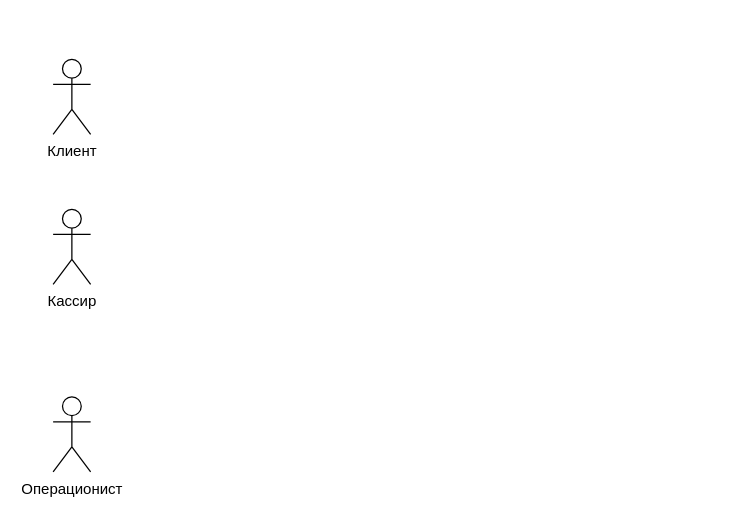
Above: AIKMS2.drawio in nn80nn/DataBases (draw.io), before the change. Source tidied: cells renumbered, new cells numbered last; positions are measured from the earlier drawing's top-left corner, leaving out a move shared by most shapes. Both pictures are drawn from the tidied source at 125%, with x=0, y=0 at pixel (52, 59).
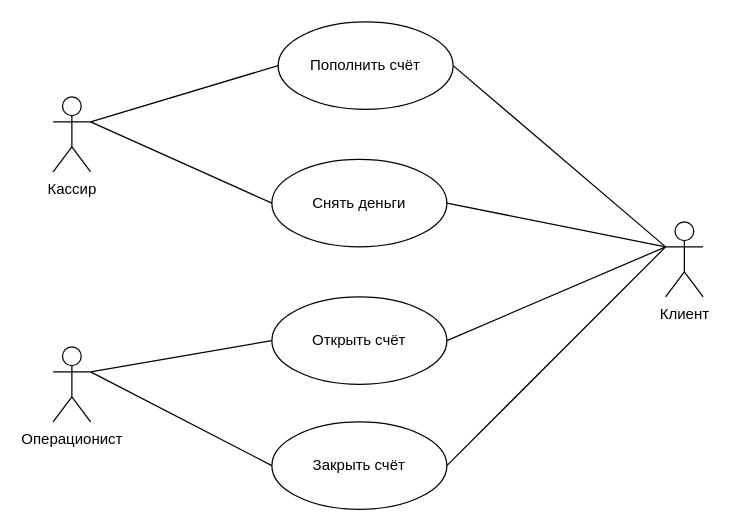
The same page after the edit.

Diff of the diagram source:
```diff
@@
 <mxGraphModel>
   <root>
     <mxCell id="0" />
     <mxCell id="1" parent="0" />
     <mxCell id="2" value="Клиент" style="shape=umlActor;html=1;verticalLabelPosition=bottom;verticalAlign=top;align=center;" parent="1" vertex="1">
-      <mxGeometry width="30" height="60" as="geometry" />
+      <mxGeometry x="490" y="130" width="30" height="60" as="geometry" />
     </mxCell>
     <mxCell id="3" value="Кассир" style="shape=umlActor;html=1;verticalLabelPosition=bottom;verticalAlign=top;align=center;" parent="1" vertex="1">
-      <mxGeometry y="120" width="30" height="60" as="geometry" />
+      <mxGeometry y="30" width="30" height="60" as="geometry" />
     </mxCell>
     <mxCell id="4" value="Операционист" style="shape=umlActor;html=1;verticalLabelPosition=bottom;verticalAlign=top;align=center;" parent="1" vertex="1">
-      <mxGeometry y="270" width="30" height="60" as="geometry" />
+      <mxGeometry y="230" width="30" height="60" as="geometry" />
     </mxCell>
+    <mxCell id="5" value="Открыть счёт" style="ellipse;whiteSpace=wrap;html=1;" parent="1" vertex="1">
+      <mxGeometry x="175" y="190" width="140" height="70" as="geometry" />
+    </mxCell>
+    <mxCell id="6" value="Снять деньги" style="ellipse;whiteSpace=wrap;html=1;" parent="1" vertex="1">
+      <mxGeometry x="175" y="80" width="140" height="70" as="geometry" />
+    </mxCell>
+    <mxCell id="7" value="Закрыть счёт" style="ellipse;whiteSpace=wrap;html=1;" parent="1" vertex="1">
+      <mxGeometry x="175" y="290" width="140" height="70" as="geometry" />
+    </mxCell>
+    <mxCell id="8" value="Пополнить счёт" style="ellipse;whiteSpace=wrap;html=1;" parent="1" vertex="1">
+      <mxGeometry x="180" y="-30" width="140" height="70" as="geometry" />
+    </mxCell>
+    <mxCell id="9" style="edgeStyle=none;html=1;endArrow=none;verticalAlign=bottom;rounded=0;entryX=0;entryY=0.5;entryDx=0;entryDy=0;exitX=1;exitY=0.3333333333333333;exitDx=0;exitDy=0;exitPerimeter=0;" parent="1" edge="1" source="3" target="8">
+      <mxGeometry relative="1" as="geometry" />
+    </mxCell>
+    <mxCell id="10" style="edgeStyle=none;html=1;endArrow=none;verticalAlign=bottom;rounded=0;exitX=1;exitY=0.3333333333333333;exitDx=0;exitDy=0;exitPerimeter=0;entryX=0;entryY=0.5;entryDx=0;entryDy=0;" parent="1" edge="1" source="3" target="6">
+      <mxGeometry relative="1" as="geometry" />
+    </mxCell>
+    <mxCell id="11" style="edgeStyle=none;html=1;endArrow=none;verticalAlign=bottom;rounded=0;exitX=1;exitY=0.3333333333333333;exitDx=0;exitDy=0;exitPerimeter=0;entryX=0;entryY=0.5;entryDx=0;entryDy=0;" parent="1" edge="1" source="4" target="7">
+      <mxGeometry relative="1" as="geometry" />
+    </mxCell>
+    <mxCell id="12" style="edgeStyle=none;html=1;endArrow=none;verticalAlign=bottom;rounded=0;exitX=1;exitY=0.3333333333333333;exitDx=0;exitDy=0;exitPerimeter=0;entryX=0;entryY=0.5;entryDx=0;entryDy=0;" parent="1" edge="1" source="4" target="5">
+      <mxGeometry relative="1" as="geometry" />
+    </mxCell>
+    <mxCell id="13" style="edgeStyle=none;html=1;endArrow=none;verticalAlign=bottom;rounded=0;entryX=0;entryY=0.3333333333333333;entryDx=0;entryDy=0;entryPerimeter=0;exitX=1;exitY=0.5;exitDx=0;exitDy=0;" parent="1" edge="1" source="8" target="2">
+      <mxGeometry relative="1" as="geometry" />
+    </mxCell>
+    <mxCell id="14" style="edgeStyle=none;html=1;endArrow=none;verticalAlign=bottom;rounded=0;entryX=0;entryY=0.3333333333333333;entryDx=0;entryDy=0;entryPerimeter=0;exitX=1;exitY=0.5;exitDx=0;exitDy=0;" parent="1" edge="1" source="6" target="2">
+      <mxGeometry relative="1" as="geometry" />
+    </mxCell>
+    <mxCell id="15" style="edgeStyle=none;html=1;endArrow=none;verticalAlign=bottom;rounded=0;entryX=0;entryY=0.3333333333333333;entryDx=0;entryDy=0;entryPerimeter=0;exitX=1;exitY=0.5;exitDx=0;exitDy=0;" parent="1" edge="1" source="5" target="2">
+      <mxGeometry relative="1" as="geometry" />
+    </mxCell>
+    <mxCell id="16" style="edgeStyle=none;html=1;endArrow=none;verticalAlign=bottom;rounded=0;exitX=1;exitY=0.5;exitDx=0;exitDy=0;" parent="1" edge="1" source="7">
+      <mxGeometry relative="1" as="geometry">
+        <mxPoint x="490" y="150" as="targetPoint" />
+      </mxGeometry>
+    </mxCell>
   </root>
 </mxGraphModel>
```
